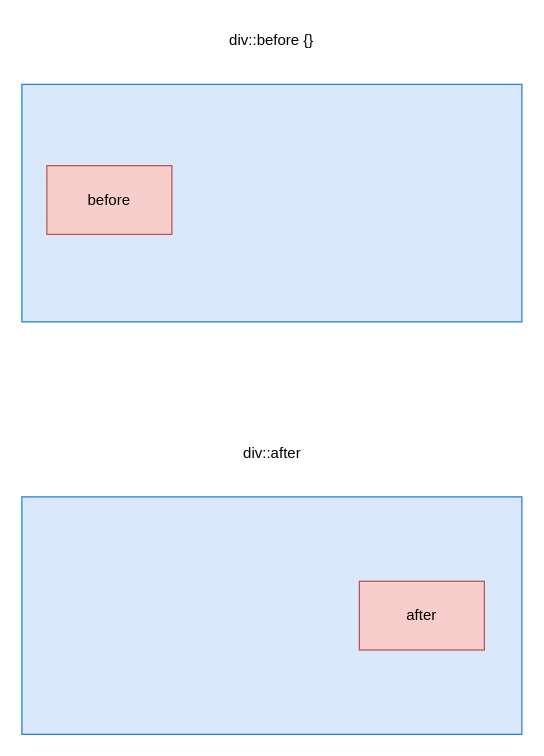
This is CSS/伪元素选择器.drawio from WeiXinao/diagram, a draw.io file, before an edit. Source tidied: cells renumbered, new cells numbered last; positions are measured from the earlier drawing's top-left corner, leaving out a move shared by most shapes. Both pictures are drawn from the tidied source at 125%, with x=0, y=0 at pixel (21, 21).
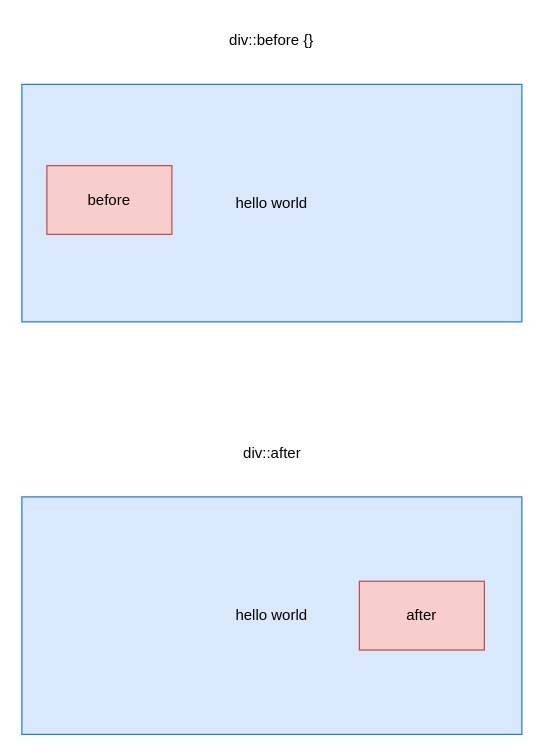
Above is the later version.

Commit message (it also covers changes not shown here):
更新伪元素选择器.drawio

The edit, as a diff of the source:
```diff
@@
 <mxGraphModel>
   <root>
     <mxCell id="0" />
     <mxCell id="1" parent="0" />
     <mxCell id="2" style="group;" parent="1" vertex="1">
       <mxGeometry width="400" height="240" as="geometry" />
     </mxCell>
-    <mxCell id="3" style="rounded=0;whiteSpace=wrap;html=1;fillColor=#dae8fc;strokeColor=#2280d8;" parent="2" vertex="1">
+    <mxCell id="3" value="hello world" style="rounded=0;whiteSpace=wrap;html=1;fillColor=#dae8fc;strokeColor=#2280d8;" parent="2" vertex="1">
       <mxGeometry y="50" width="400" height="190" as="geometry" />
     </mxCell>
     <mxCell id="4" value="div::before {}" style="text;strokeColor=none;align=center;fillColor=none;html=1;verticalAlign=middle;whiteSpace=wrap;rounded=0;" parent="2" vertex="1">
       <mxGeometry x="150" width="100" height="30" as="geometry" />
     </mxCell>
     <mxCell id="5" value="before" style="rounded=0;whiteSpace=wrap;html=1;strokeColor=#b85450;fillColor=#f8cecc;" parent="2" vertex="1">
       <mxGeometry x="20" y="115" width="100" height="55" as="geometry" />
     </mxCell>
-    <mxCell id="6" style="rounded=0;whiteSpace=wrap;html=1;fillColor=#dae8fc;strokeColor=#2280d8;" parent="1" vertex="1">
+    <mxCell id="6" value="hello world" style="rounded=0;whiteSpace=wrap;html=1;fillColor=#dae8fc;strokeColor=#2280d8;" parent="1" vertex="1">
       <mxGeometry y="380" width="400" height="190" as="geometry" />
     </mxCell>
     <mxCell id="7" value="after" style="rounded=0;whiteSpace=wrap;html=1;strokeColor=#b85450;fillColor=#f8cecc;" parent="1" vertex="1">
       <mxGeometry x="270" y="447.5" width="100" height="55" as="geometry" />
     </mxCell>
     <mxCell id="8" value="div::after" style="text;html=1;align=center;verticalAlign=middle;strokeColor=none;fillColor=none;" parent="1" vertex="1">
       <mxGeometry x="165" y="330" width="70" height="30" as="geometry" />
     </mxCell>
   </root>
 </mxGraphModel>
```
